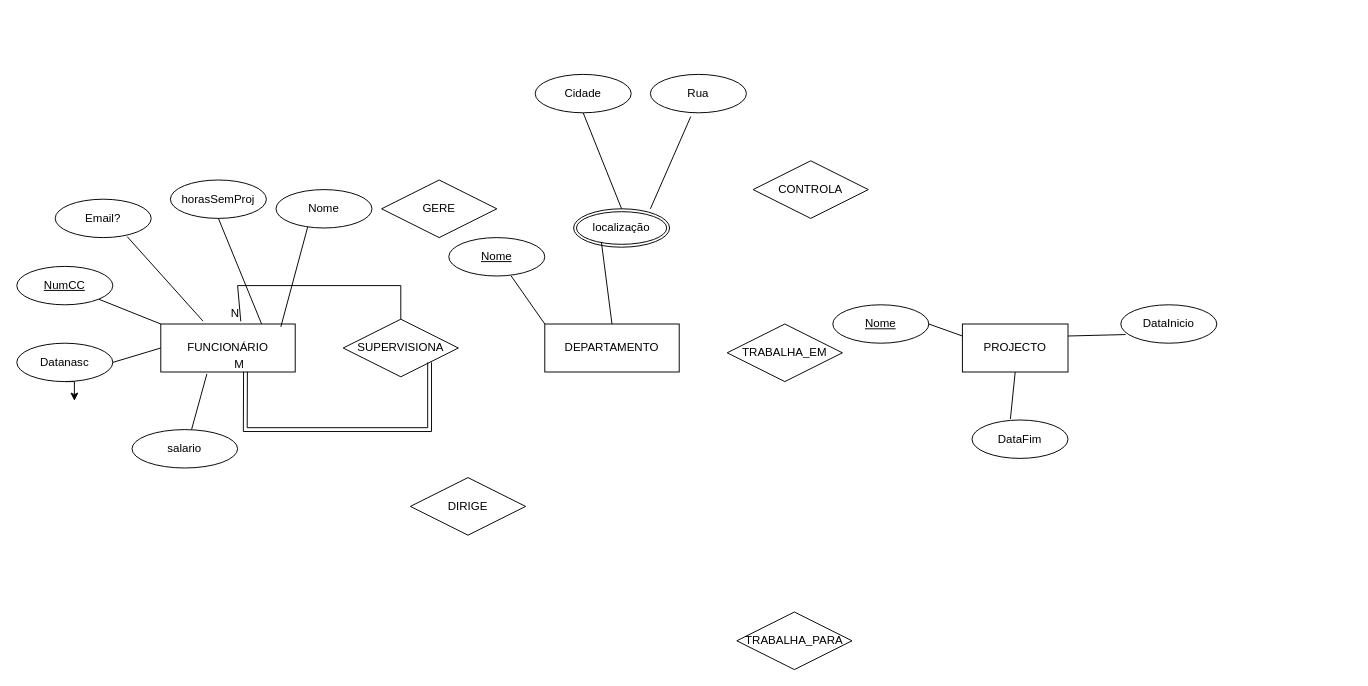
Frederico994/Diagramas keeps this draw.io diagram as BD_empresa.drawio. Above is the earlier version. Source tidied: cells renumbered, new cells numbered last; positions are measured from the earlier drawing's top-left corner, leaving out a move shared by most shapes. Both pictures are drawn from the tidied source at 96%, with x=0, y=0 at pixel (16, 74).
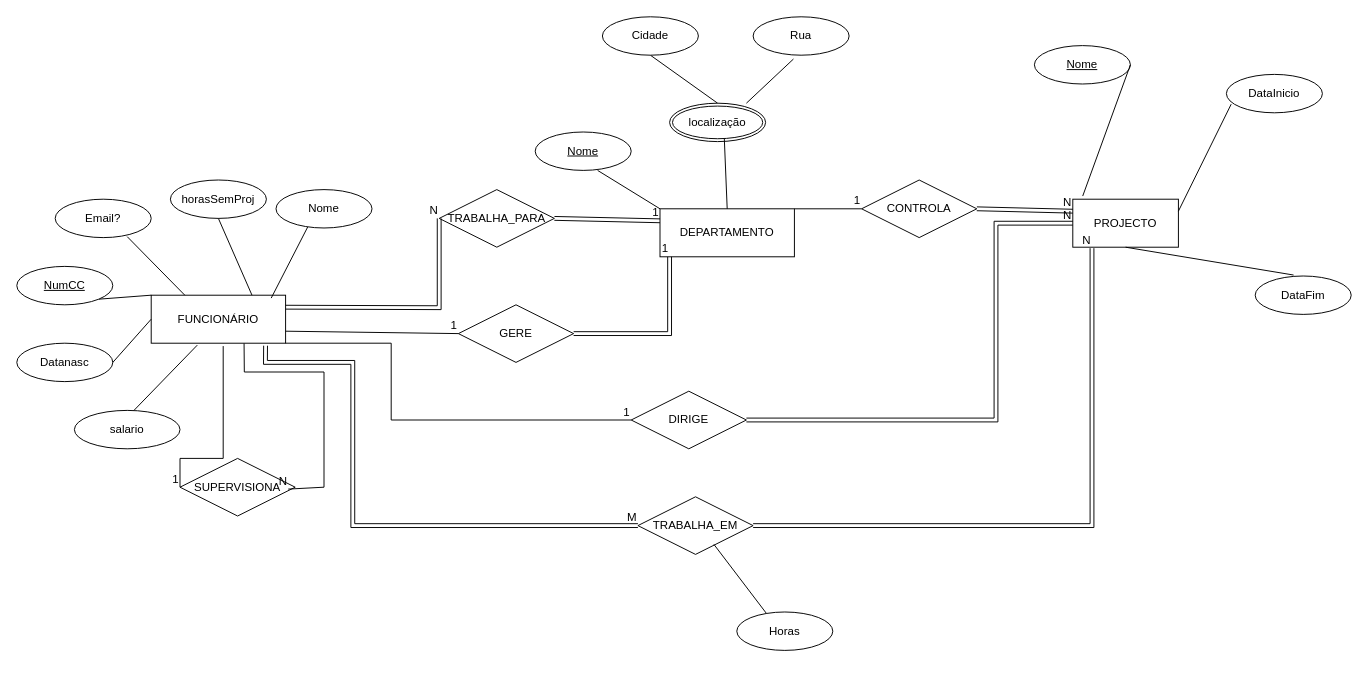
The same page after the edit.

Unchanged cells that the change refers to:
```xml
<mxCell id="6" value="Datanasc" style="ellipse;whiteSpace=wrap;html=1;align=center;" parent="1" vertex="1">
  <mxGeometry y="280" width="100" height="40" as="geometry" />
</mxCell>
<mxCell id="7" value="Email?" style="ellipse;whiteSpace=wrap;html=1;align=center;" parent="1" vertex="1">
  <mxGeometry x="40" y="130" width="100" height="40" as="geometry" />
</mxCell>
```

Diff of the diagram source:
```diff
@@
     <mxCell id="2" value="DEPARTAMENTO" style="whiteSpace=wrap;html=1;align=center;" parent="1" vertex="1">
-      <mxGeometry x="550" y="260" width="140" height="50" as="geometry" />
+      <mxGeometry x="670" y="140" width="140" height="50" as="geometry" />
     </mxCell>
     <mxCell id="3" value="PROJECTO" style="whiteSpace=wrap;html=1;align=center;" parent="1" vertex="1">
-      <mxGeometry x="985" y="260" width="110" height="50" as="geometry" />
+      <mxGeometry x="1100" y="130" width="110" height="50" as="geometry" />
     </mxCell>
     <mxCell id="4" value="FUNCIONÁRIO" style="whiteSpace=wrap;html=1;align=center;" parent="1" vertex="1">
-      <mxGeometry x="150" y="260" width="140" height="50" as="geometry" />
+      <mxGeometry x="140" y="230" width="140" height="50" as="geometry" />
     </mxCell>
-    <mxCell id="5" style="edgeStyle=orthogonalEdgeStyle;rounded=0;jettySize=auto;html=1;exitX=0.5;exitY=1;exitDx=0;exitDy=0;" parent="1" edge="1" source="6">
-      <mxGeometry relative="1" as="geometry">
-        <mxPoint x="60" y="340" as="targetPoint" />
-      </mxGeometry>
-    </mxCell>
@@
     <mxCell id="8" value="salario" style="ellipse;whiteSpace=wrap;html=1;align=center;" parent="1" vertex="1">
-      <mxGeometry x="120" y="370" width="110" height="40" as="geometry" />
+      <mxGeometry x="60" y="350" width="110" height="40" as="geometry" />
     </mxCell>
@@
-    <mxCell id="11" style="endArrow=none;html=1;rounded=0;exitX=0.314;exitY=-0.06;exitDx=0;exitDy=0;entryX=0.75;entryY=0.975;entryDx=0;entryDy=0;exitPerimeter=0;entryPerimeter=0;" parent="1" edge="1" source="4" target="7">
+    <mxCell id="11" style="endArrow=none;html=1;rounded=0;exitX=0.25;exitY=0;exitDx=0;exitDy=0;entryX=0.75;entryY=0.975;entryDx=0;entryDy=0;entryPerimeter=0;" parent="1" edge="1" source="4" target="7">
       <mxGeometry relative="1" as="geometry" />
     </mxCell>
@@
     <mxCell id="15" value="localização" style="ellipse;shape=doubleEllipse;margin=3;whiteSpace=wrap;html=1;align=center;" parent="1" vertex="1">
-      <mxGeometry x="580" y="140" width="100" height="40" as="geometry" />
+      <mxGeometry x="680" y="30" width="100" height="40" as="geometry" />
     </mxCell>
@@
-    <mxCell id="17" style="endArrow=none;html=1;rounded=0;exitX=0.5;exitY=0;exitDx=0;exitDy=0;entryX=0.29;entryY=0.875;entryDx=0;entryDy=0;entryPerimeter=0;" parent="1" edge="1" source="2" target="15">
+    <mxCell id="17" style="endArrow=none;html=1;rounded=0;exitX=0.5;exitY=0;exitDx=0;exitDy=0;entryX=0.57;entryY=0.925;entryDx=0;entryDy=0;entryPerimeter=0;" parent="1" edge="1" source="2" target="15">
       <mxGeometry relative="1" as="geometry" />
     </mxCell>
     <mxCell id="18" value="DataFim" style="ellipse;whiteSpace=wrap;html=1;align=center;" parent="1" vertex="1">
-      <mxGeometry x="995" y="360" width="100" height="40" as="geometry" />
+      <mxGeometry x="1290" y="210" width="100" height="40" as="geometry" />
     </mxCell>
     <mxCell id="19" value="DataInicio" style="ellipse;whiteSpace=wrap;html=1;align=center;" parent="1" vertex="1">
-      <mxGeometry x="1150" y="240" width="100" height="40" as="geometry" />
+      <mxGeometry x="1260" width="100" height="40" as="geometry" />
     </mxCell>
@@
     <mxCell id="23" value="Nome" style="ellipse;whiteSpace=wrap;html=1;align=center;fontStyle=4;" parent="1" vertex="1">
-      <mxGeometry x="450" y="170" width="100" height="40" as="geometry" />
+      <mxGeometry x="540" y="60" width="100" height="40" as="geometry" />
     </mxCell>
@@
     <mxCell id="26" value="Rua" style="ellipse;whiteSpace=wrap;html=1;align=center;" parent="1" vertex="1">
-      <mxGeometry x="660" width="100" height="40" as="geometry" />
+      <mxGeometry x="767" y="-60" width="100" height="40" as="geometry" />
     </mxCell>
     <mxCell id="27" value="Cidade" style="ellipse;whiteSpace=wrap;html=1;align=center;" parent="1" vertex="1">
-      <mxGeometry x="540" width="100" height="40" as="geometry" />
+      <mxGeometry x="610" y="-60" width="100" height="40" as="geometry" />
     </mxCell>
     <mxCell id="28" value="Nome" style="ellipse;whiteSpace=wrap;html=1;align=center;fontStyle=4;direction=west;" parent="1" vertex="1">
-      <mxGeometry x="850" y="240" width="100" height="40" as="geometry" />
+      <mxGeometry x="1060" y="-30" width="100" height="40" as="geometry" />
     </mxCell>
-    <mxCell id="29" style="endArrow=none;html=1;rounded=0;entryX=0;entryY=0.25;entryDx=0;entryDy=0;exitX=0;exitY=0.5;exitDx=0;exitDy=0;" parent="1" edge="1" source="28" target="3">
+    <mxCell id="29" style="endArrow=none;html=1;rounded=0;entryX=0.094;entryY=-0.066;entryDx=0;entryDy=0;exitX=0;exitY=0.5;exitDx=0;exitDy=0;entryPerimeter=0;" parent="1" edge="1" source="28" target="3">
       <mxGeometry relative="1" as="geometry" />
     </mxCell>
@@
     <mxCell id="32" value="SUPERVISIONA" style="shape=rhombus;perimeter=rhombusPerimeter;whiteSpace=wrap;html=1;align=center;" parent="1" vertex="1">
-      <mxGeometry x="340" y="255" width="120" height="60" as="geometry" />
+      <mxGeometry x="170" y="400" width="120" height="60" as="geometry" />
     </mxCell>
     <mxCell id="33" value="TRABALHA_PARA" style="shape=rhombus;perimeter=rhombusPerimeter;whiteSpace=wrap;html=1;align=center;" parent="1" vertex="1">
-      <mxGeometry x="750" y="560" width="120" height="60" as="geometry" />
+      <mxGeometry x="440" y="120" width="120" height="60" as="geometry" />
     </mxCell>
     <mxCell id="34" value="GERE" style="shape=rhombus;perimeter=rhombusPerimeter;whiteSpace=wrap;html=1;align=center;" parent="1" vertex="1">
-      <mxGeometry x="380" y="110" width="120" height="60" as="geometry" />
+      <mxGeometry x="460" y="240" width="120" height="60" as="geometry" />
     </mxCell>
     <mxCell id="35" value="CONTROLA" style="shape=rhombus;perimeter=rhombusPerimeter;whiteSpace=wrap;html=1;align=center;" parent="1" vertex="1">
-      <mxGeometry x="767" y="90" width="120" height="60" as="geometry" />
+      <mxGeometry x="880" y="110" width="120" height="60" as="geometry" />
     </mxCell>
     <mxCell id="36" value="DIRIGE" style="shape=rhombus;perimeter=rhombusPerimeter;whiteSpace=wrap;html=1;align=center;" parent="1" vertex="1">
-      <mxGeometry x="410" y="420" width="120" height="60" as="geometry" />
+      <mxGeometry x="640" y="330" width="120" height="60" as="geometry" />
     </mxCell>
     <mxCell id="37" value="TRABALHA_EM" style="shape=rhombus;perimeter=rhombusPerimeter;whiteSpace=wrap;html=1;align=center;" parent="1" vertex="1">
-      <mxGeometry x="740" y="260" width="120" height="60" as="geometry" />
+      <mxGeometry x="647" y="440" width="120" height="60" as="geometry" />
     </mxCell>
-    <mxCell id="38" style="shape=link;html=1;rounded=0;exitX=1;exitY=1;exitDx=0;exitDy=0;entryX=0.63;entryY=0.995;entryDx=0;entryDy=0;entryPerimeter=0;" parent="1" edge="1" source="32" target="4">
-      <mxGeometry relative="1" as="geometry">
-        <Array as="points">
-          <mxPoint x="430" y="370" />
-          <mxPoint x="238" y="370" />
-        </Array>
-      </mxGeometry>
-    </mxCell>
+    <mxCell id="42" style="endArrow=none;html=1;rounded=0;entryX=0;entryY=0.5;entryDx=0;entryDy=0;" parent="1" edge="1" target="32">
+      <mxGeometry relative="1" as="geometry">
+        <mxPoint x="215" y="283" as="sourcePoint" />
+        <Array as="points">
+          <mxPoint x="215" y="400" />
+          <mxPoint x="170" y="400" />
+        </Array>
+      </mxGeometry>
+    </mxCell>
+    <mxCell id="43" value="1" style="html=1;whiteSpace=wrap;align=right;verticalAlign=bottom;" parent="42" vertex="1">
+      <mxGeometry x="1" relative="1" as="geometry" />
+    </mxCell>
+    <mxCell id="44" style="endArrow=none;html=1;rounded=0;exitX=1;exitY=0.75;exitDx=0;exitDy=0;entryX=0;entryY=0.5;entryDx=0;entryDy=0;" parent="1" edge="1" source="4" target="34">
+      <mxGeometry relative="1" as="geometry" />
+    </mxCell>
+    <mxCell id="45" value="1" style="html=1;whiteSpace=wrap;align=right;verticalAlign=bottom;" parent="44" vertex="1">
+      <mxGeometry x="1" relative="1" as="geometry" />
+    </mxCell>
+    <mxCell id="46" style="endArrow=none;html=1;rounded=0;exitX=1;exitY=0;exitDx=0;exitDy=0;entryX=0;entryY=0.5;entryDx=0;entryDy=0;" parent="1" edge="1" source="2" target="35">
+      <mxGeometry relative="1" as="geometry">
+        <Array as="points">
+          <mxPoint x="880" y="140" />
+        </Array>
+      </mxGeometry>
+    </mxCell>
+    <mxCell id="47" value="1" style="html=1;whiteSpace=wrap;align=right;verticalAlign=bottom;" parent="46" vertex="1">
+      <mxGeometry x="1" relative="1" as="geometry" />
+    </mxCell>
+    <mxCell id="48" style="endArrow=none;html=1;rounded=0;exitX=0.691;exitY=1.005;exitDx=0;exitDy=0;exitPerimeter=0;entryX=0.939;entryY=0.533;entryDx=0;entryDy=0;entryPerimeter=0;" parent="1" edge="1" source="4" target="32">
+      <mxGeometry relative="1" as="geometry">
+        <Array as="points">
+          <mxPoint x="237" y="310" />
+          <mxPoint x="320" y="310" />
+          <mxPoint x="320" y="430" />
+        </Array>
+      </mxGeometry>
+    </mxCell>
+    <mxCell id="49" value="N" style="html=1;whiteSpace=wrap;align=right;verticalAlign=bottom;" parent="48" vertex="1">
+      <mxGeometry x="1" relative="1" as="geometry" />
+    </mxCell>
+    <mxCell id="50" style="endArrow=none;html=1;rounded=0;exitX=1;exitY=1;exitDx=0;exitDy=0;entryX=0;entryY=0.5;entryDx=0;entryDy=0;" parent="1" edge="1" source="4" target="36">
+      <mxGeometry relative="1" as="geometry">
+        <Array as="points">
+          <mxPoint x="390" y="280" />
+          <mxPoint x="390" y="360" />
+        </Array>
+      </mxGeometry>
+    </mxCell>
+    <mxCell id="51" value="1" style="html=1;whiteSpace=wrap;align=right;verticalAlign=bottom;" parent="50" vertex="1">
+      <mxGeometry x="1" relative="1" as="geometry" />
+    </mxCell>
+    <mxCell id="52" style="endArrow=none;html=1;rounded=0;exitX=0.66;exitY=0.827;exitDx=0;exitDy=0;exitPerimeter=0;entryX=0.326;entryY=0.094;entryDx=0;entryDy=0;entryPerimeter=0;" parent="1" edge="1" source="37" target="53">
+      <mxGeometry relative="1" as="geometry" />
+    </mxCell>
+    <mxCell id="53" value="Horas" style="ellipse;whiteSpace=wrap;html=1;align=center;" parent="1" vertex="1">
+      <mxGeometry x="750" y="560" width="100" height="40" as="geometry" />
+    </mxCell>
+    <mxCell id="54" style="shape=link;html=1;rounded=0;exitX=1;exitY=0.5;exitDx=0;exitDy=0;" parent="1" edge="1" source="34">
+      <mxGeometry relative="1" as="geometry">
+        <mxPoint x="680" y="190" as="targetPoint" />
+        <Array as="points">
+          <mxPoint x="680" y="270" />
+        </Array>
+      </mxGeometry>
+    </mxCell>
+    <mxCell id="55" value="1" style="html=1;whiteSpace=wrap;align=right;verticalAlign=bottom;" parent="54" vertex="1">
+      <mxGeometry x="1" relative="1" as="geometry" />
+    </mxCell>
+    <mxCell id="56" style="shape=link;html=1;rounded=0;exitX=1;exitY=0.5;exitDx=0;exitDy=0;entryX=0;entryY=0.25;entryDx=0;entryDy=0;" parent="1" edge="1" source="33" target="2">
+      <mxGeometry relative="1" as="geometry" />
+    </mxCell>
+    <mxCell id="57" value="1" style="html=1;whiteSpace=wrap;align=right;verticalAlign=bottom;" parent="56" vertex="1">
+      <mxGeometry x="1" relative="1" as="geometry" />
+    </mxCell>
+    <mxCell id="58" style="shape=link;html=1;rounded=0;exitX=1;exitY=0.25;exitDx=0;exitDy=0;entryX=0;entryY=0.5;entryDx=0;entryDy=0;" parent="1" edge="1" source="4" target="33">
+      <mxGeometry relative="1" as="geometry">
+        <Array as="points">
+          <mxPoint x="440" y="243" />
+        </Array>
+      </mxGeometry>
+    </mxCell>
+    <mxCell id="59" value="N" style="html=1;whiteSpace=wrap;align=right;verticalAlign=bottom;" parent="58" vertex="1">
+      <mxGeometry x="1" relative="1" as="geometry" />
+    </mxCell>
+    <mxCell id="60" style="shape=link;html=1;rounded=0;exitX=0.851;exitY=1.052;exitDx=0;exitDy=0;exitPerimeter=0;entryX=0;entryY=0.5;entryDx=0;entryDy=0;" parent="1" edge="1" source="4" target="37">
+      <mxGeometry relative="1" as="geometry">
+        <Array as="points">
+          <mxPoint x="259" y="300" />
+          <mxPoint x="350" y="300" />
+          <mxPoint x="350" y="470" />
+        </Array>
+      </mxGeometry>
+    </mxCell>
-    <mxCell id="39" value="M" style="html=1;whiteSpace=wrap;align=right;verticalAlign=bottom;" parent="38" vertex="1">
+    <mxCell id="39" value="M" style="html=1;whiteSpace=wrap;align=right;verticalAlign=bottom;" parent="60" vertex="1">
       <mxGeometry x="1" relative="1" as="geometry" />
     </mxCell>
-    <mxCell id="40" style="endArrow=none;html=1;rounded=0;exitX=0.5;exitY=0;exitDx=0;exitDy=0;entryX=0.595;entryY=-0.055;entryDx=0;entryDy=0;entryPerimeter=0;" parent="1" edge="1" source="32" target="4">
-      <mxGeometry relative="1" as="geometry">
-        <Array as="points">
-          <mxPoint x="400" y="220" />
-          <mxPoint x="230" y="220" />
-        </Array>
-      </mxGeometry>
-    </mxCell>
-    <mxCell id="41" value="N" style="html=1;whiteSpace=wrap;align=right;verticalAlign=bottom;" parent="40" vertex="1">
-      <mxGeometry x="1" relative="1" as="geometry" />
-    </mxCell>
+    <mxCell id="61" style="shape=link;html=1;rounded=0;exitX=1;exitY=0.5;exitDx=0;exitDy=0;" parent="1" edge="1" source="37">
+      <mxGeometry relative="1" as="geometry">
+        <mxPoint x="1120" y="181" as="targetPoint" />
+        <Array as="points">
+          <mxPoint x="1120" y="470" />
+        </Array>
+      </mxGeometry>
+    </mxCell>
+    <mxCell id="62" value="N" style="html=1;whiteSpace=wrap;align=right;verticalAlign=bottom;" parent="61" vertex="1">
+      <mxGeometry x="1" relative="1" as="geometry" />
+    </mxCell>
+    <mxCell id="63" style="shape=link;html=1;rounded=0;exitX=1;exitY=0.5;exitDx=0;exitDy=0;entryX=0;entryY=0.5;entryDx=0;entryDy=0;" parent="1" edge="1" source="36" target="3">
+      <mxGeometry relative="1" as="geometry">
+        <Array as="points">
+          <mxPoint x="1020" y="360" />
+          <mxPoint x="1020" y="155" />
+        </Array>
+      </mxGeometry>
+    </mxCell>
+    <mxCell id="64" value="N" style="html=1;whiteSpace=wrap;align=right;verticalAlign=bottom;" parent="63" vertex="1">
+      <mxGeometry x="1" relative="1" as="geometry" />
+    </mxCell>
+    <mxCell id="65" style="shape=link;html=1;rounded=0;exitX=1;exitY=0.5;exitDx=0;exitDy=0;entryX=0;entryY=0.25;entryDx=0;entryDy=0;" parent="1" edge="1" source="35" target="3">
+      <mxGeometry relative="1" as="geometry" />
+    </mxCell>
+    <mxCell id="66" value="N" style="html=1;whiteSpace=wrap;align=right;verticalAlign=bottom;" parent="65" vertex="1">
+      <mxGeometry x="1" relative="1" as="geometry" />
+    </mxCell>
```
